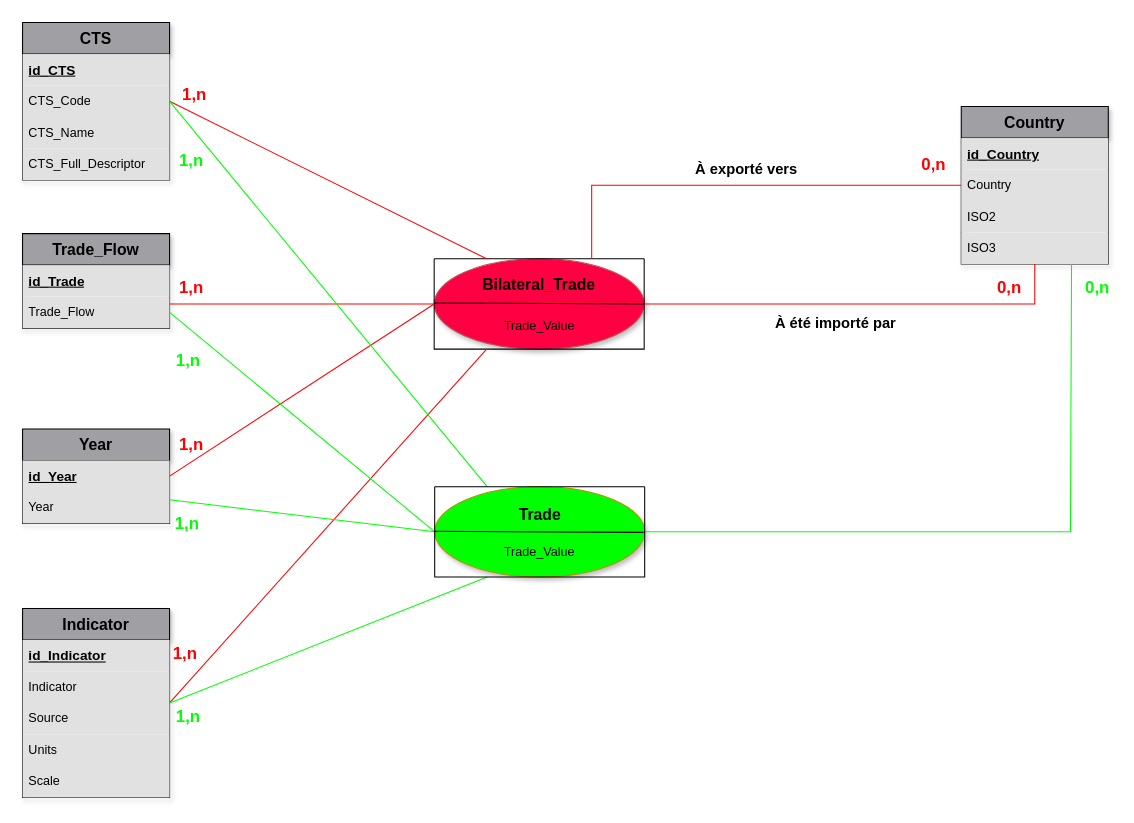
Darckens/SAE-S2.01 keeps this draw.io diagram as schema_ea/schema_EA_final.drawio. Above is the earlier version. Source tidied: cells renumbered, new cells numbered last; positions are measured from the earlier drawing's top-left corner, leaving out a move shared by most shapes. Both pictures are drawn from the tidied source at 105%, with x=0, y=0 at pixel (22, 22).
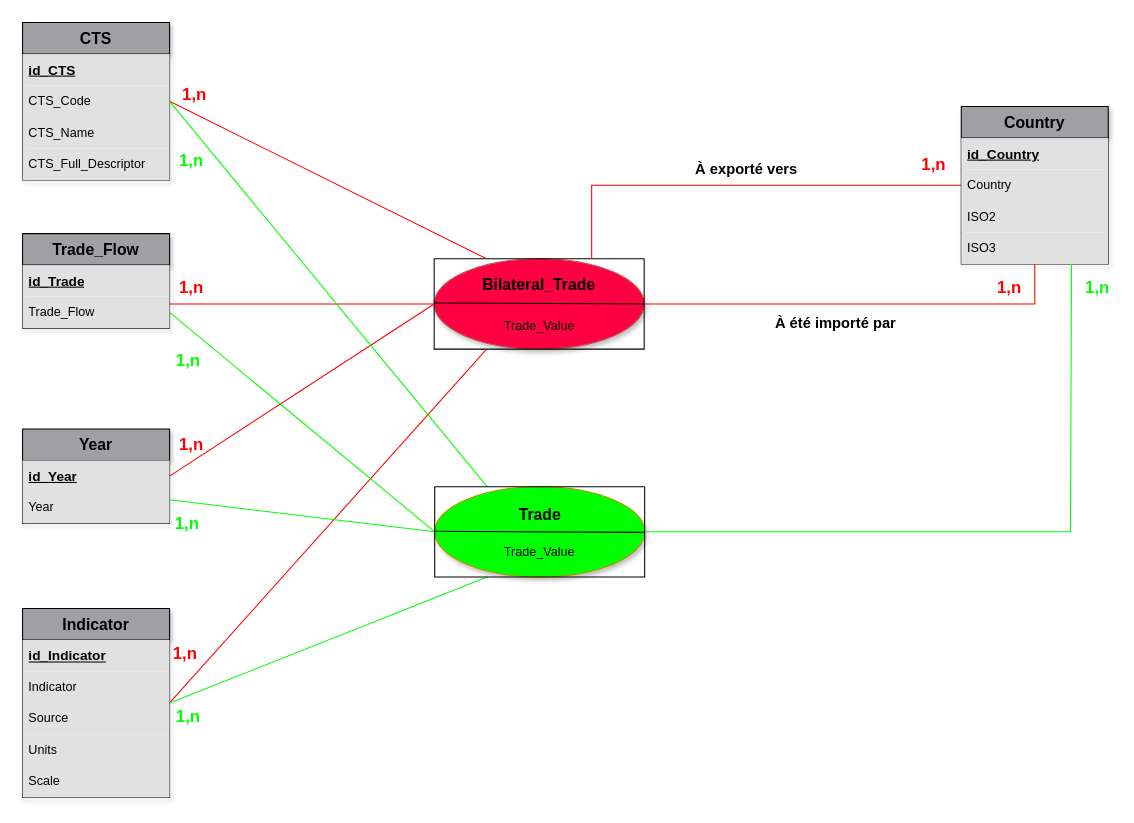
The same page after the edit.

Change to the diagram source:
```diff
@@
-    <mxCell id="37" value="&lt;font style=&quot;font-size: 16px;&quot;&gt;&lt;b&gt;0,n&lt;/b&gt;&lt;/font&gt;" style="text;html=1;align=center;verticalAlign=middle;whiteSpace=wrap;rounded=0;fontColor=#FF0000;" parent="1" vertex="1">
+    <mxCell id="37" value="&lt;font style=&quot;font-size: 16px;&quot;&gt;&lt;b&gt;1,n&lt;/b&gt;&lt;/font&gt;" style="text;html=1;align=center;verticalAlign=middle;whiteSpace=wrap;rounded=0;fontColor=#FF0000;" parent="1" vertex="1">
       <mxGeometry x="923" y="237" width="34" height="30" as="geometry" />
     </mxCell>
-    <mxCell id="38" value="&lt;font style=&quot;font-size: 16px;&quot;&gt;&lt;b&gt;0,n&lt;/b&gt;&lt;/font&gt;" style="text;html=1;align=center;verticalAlign=middle;whiteSpace=wrap;rounded=0;fontColor=#FF0000;" parent="1" vertex="1">
+    <mxCell id="38" value="&lt;font style=&quot;font-size: 16px;&quot;&gt;&lt;b&gt;1,n&lt;/b&gt;&lt;/font&gt;" style="text;html=1;align=center;verticalAlign=middle;whiteSpace=wrap;rounded=0;fontColor=#FF0000;" parent="1" vertex="1">
       <mxGeometry x="851" y="120" width="34" height="30" as="geometry" />
     </mxCell>
@@
-    <mxCell id="54" value="&lt;font style=&quot;font-size: 16px;&quot;&gt;&lt;b&gt;0,n&lt;/b&gt;&lt;/font&gt;" style="text;html=1;align=center;verticalAlign=middle;whiteSpace=wrap;rounded=0;fontColor=#00FF00;" parent="1" vertex="1">
+    <mxCell id="54" value="&lt;font style=&quot;font-size: 16px;&quot;&gt;&lt;b&gt;1,n&lt;/b&gt;&lt;/font&gt;" style="text;html=1;align=center;verticalAlign=middle;whiteSpace=wrap;rounded=0;fontColor=#00FF00;" parent="1" vertex="1">
       <mxGeometry x="1007" y="237" width="34" height="30" as="geometry" />
     </mxCell>
```
